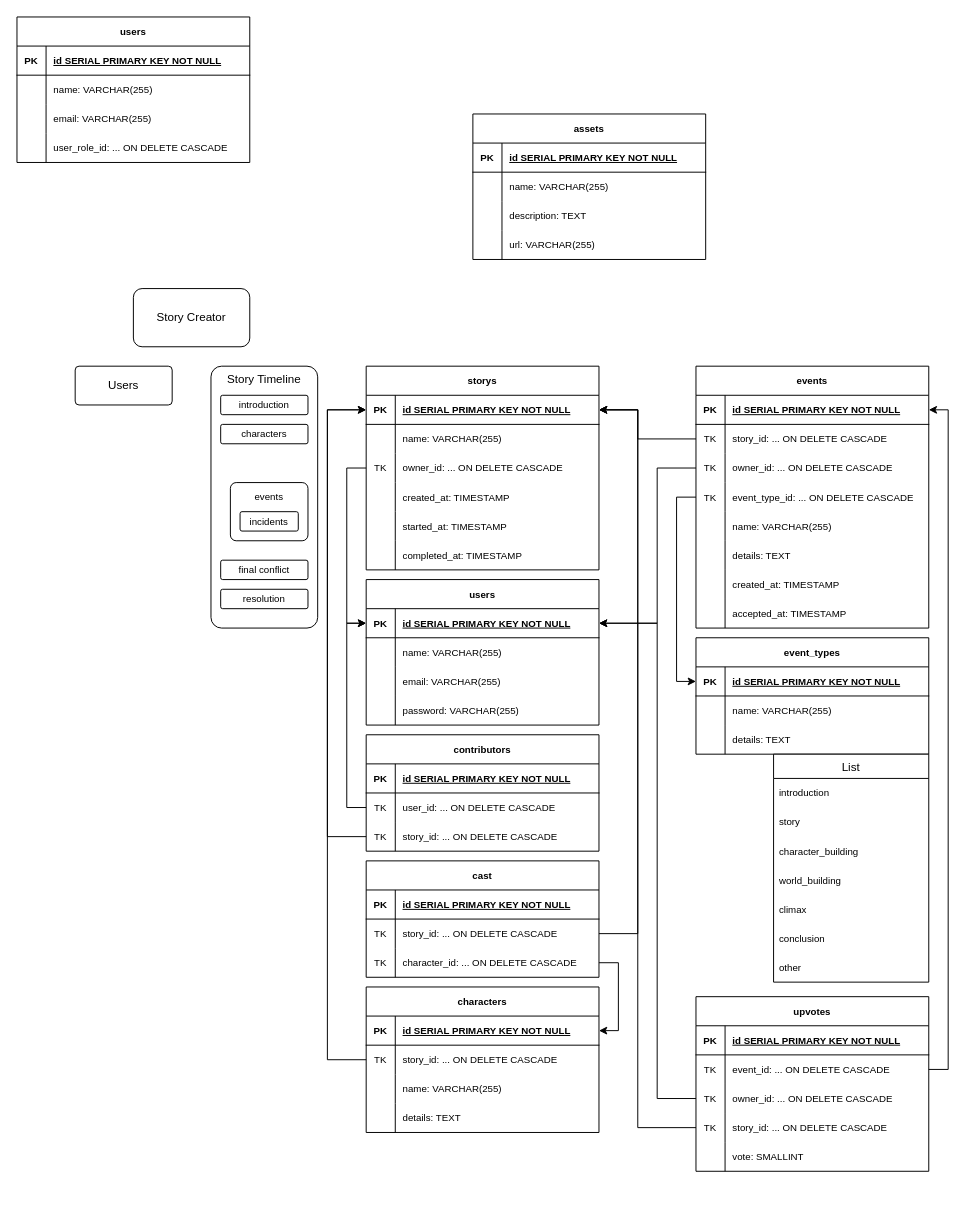
navycuda/story_creator keeps this draw.io diagram as db/erd/story_creator.drawio. Above is the earlier version. Source tidied: cells renumbered, new cells numbered last; positions are measured from the earlier drawing's top-left corner, leaving out a move shared by most shapes. Both pictures are drawn from the tidied source at 97%, with x=0, y=0 at pixel (16, 16).
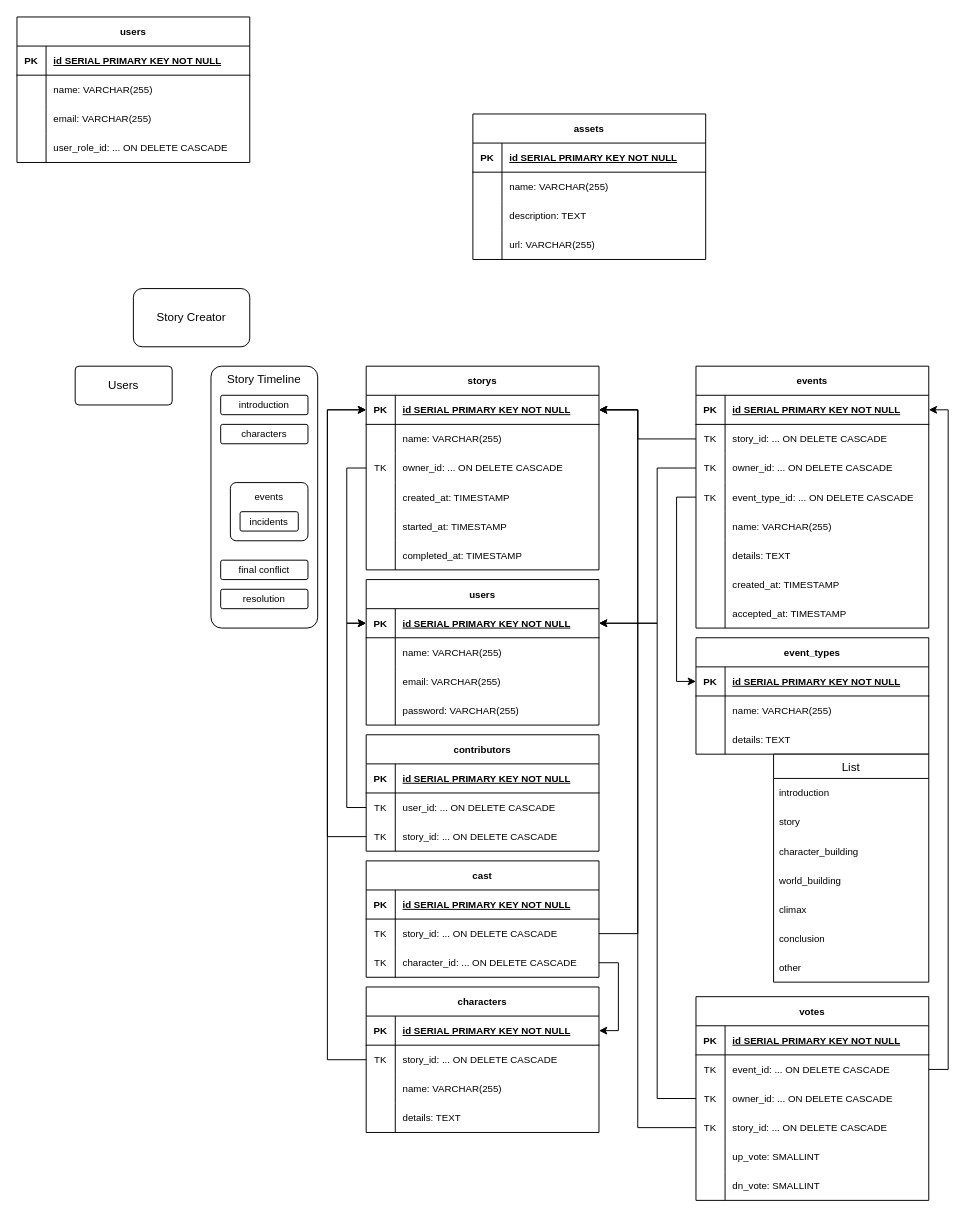
The same page after the edit.

The change refers to these unchanged cells:
```xml
<mxCell id="153" style="shape=tableRow;horizontal=0;startSize=0;swimlaneHead=0;swimlaneBody=0;fillColor=none;top=0;left=0;right=0;bottom=0;fontSize=10;" parent="140" vertex="1">
  <mxGeometry y="150" width="240" height="30" as="geometry" />
</mxCell>
```

The edit, as a diff of the source:
```diff
@@
-    <mxCell id="140" value="upvotes" style="shape=table;startSize=30;childLayout=tableLayout;rowLines=0;fontStyle=1;align=center;fontSize=10;" parent="1" vertex="1">
-      <mxGeometry x="700" y="1010" width="240" height="180" as="geometry" />
+    <mxCell id="140" value="votes" style="shape=table;startSize=30;childLayout=tableLayout;rowLines=0;fontStyle=1;align=center;fontSize=10;" parent="1" vertex="1">
+      <mxGeometry x="700" y="1010" width="240" height="210" as="geometry" />
     </mxCell>
@@
-    <mxCell id="155" value="vote: SMALLINT" style="shape=partialRectangle;fillColor=none;top=0;left=0;bottom=0;right=0;align=left;spacingLeft=6;overflow=hidden;fontSize=10;" parent="153" vertex="1">
+    <mxCell id="155" value="up_vote: SMALLINT" style="shape=partialRectangle;fillColor=none;top=0;left=0;bottom=0;right=0;align=left;spacingLeft=6;overflow=hidden;fontSize=10;" parent="153" vertex="1">
       <mxGeometry x="30" width="210" height="30" as="geometry" />
     </mxCell>
+    <mxCell id="173" style="shape=tableRow;horizontal=0;startSize=0;swimlaneHead=0;swimlaneBody=0;fillColor=none;top=0;left=0;right=0;bottom=0;fontSize=10;" parent="140" vertex="1">
+      <mxGeometry y="180" width="240" height="30" as="geometry" />
+    </mxCell>
+    <mxCell id="174" style="shape=partialRectangle;fillColor=none;top=0;left=0;bottom=0;right=0;overflow=hidden;fontSize=10;" parent="173" vertex="1">
+      <mxGeometry width="30" height="30" as="geometry" />
+    </mxCell>
+    <mxCell id="175" value="dn_vote: SMALLINT" style="shape=partialRectangle;fillColor=none;top=0;left=0;bottom=0;right=0;align=left;spacingLeft=6;overflow=hidden;fontSize=10;" parent="173" vertex="1">
+      <mxGeometry x="30" width="210" height="30" as="geometry" />
+    </mxCell>
```
